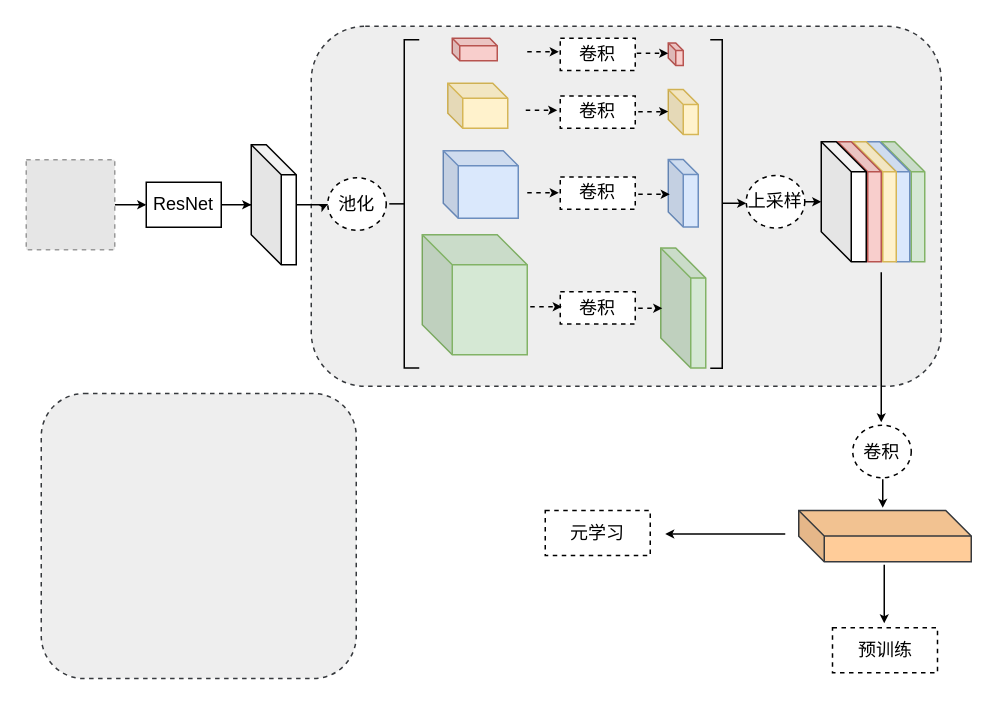
Above: 自监督具体流程图.drawio in JMYok/wx_crossLearn (draw.io), before the change. Source tidied: cells renumbered, new cells numbered last; positions are measured from the earlier drawing's top-left corner, leaving out a move shared by most shapes. Both pictures are drawn from the tidied source at 150%, with x=0, y=0 at pixel (26, 26). Pictures stored in the file or linked from it are replaced by grey dashed boxes.
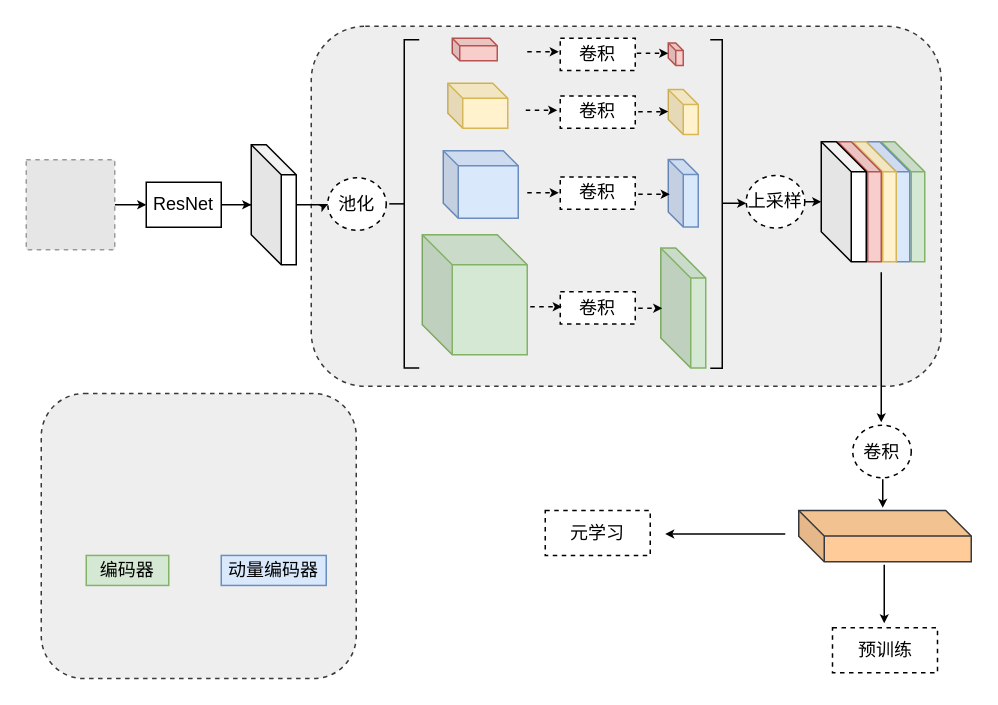
The same page after the edit.

Commit message (it also covers changes not shown here):
Update 自监督具体流程图.drawio

What changed in the source:
```diff
@@
+    <mxCell id="49" value="编码器" style="rounded=0;whiteSpace=wrap;html=1;fillColor=#d5e8d4;strokeColor=#82b366;" parent="1" vertex="1">
+      <mxGeometry x="40" y="352.8" width="55" height="20" as="geometry" />
+    </mxCell>
+    <mxCell id="50" value="动量编码器" style="rounded=0;whiteSpace=wrap;html=1;fillColor=#dae8fc;strokeColor=#6c8ebf;" parent="1" vertex="1">
+      <mxGeometry x="130" y="352.8" width="70" height="20" as="geometry" />
+    </mxCell>
```
